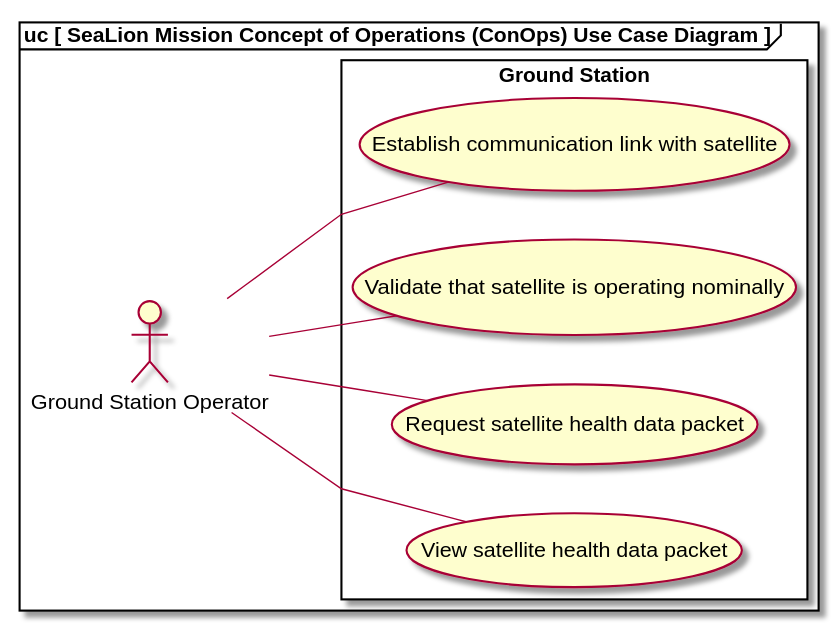
Earlier version of the PlantUML export use-case-diagram.svg (capsulecorplab/flight-software). Its source is kept beside it as use-case-diagram.puml. Source of this version:
```plantuml
@startuml
left to right direction
skinparam linetype polyline


frame "uc [ SeaLion Mission Concept of Operations (ConOps) Use Case Diagram ]" {

    rectangle gs as "Ground Station" {


        (Establish communication link with satellite)

        (Validate that satellite is operating nominally)

        (Request satellite health data packet)

        (View satellite health data packet)


    }


    :Ground Station Operator: -- (Establish communication link with satellite)

    :Ground Station Operator: -- (Validate that satellite is operating nominally)

    :Ground Station Operator: -- (Request satellite health data packet)

    :Ground Station Operator: -- (View satellite health data packet)


}
@enduml
```
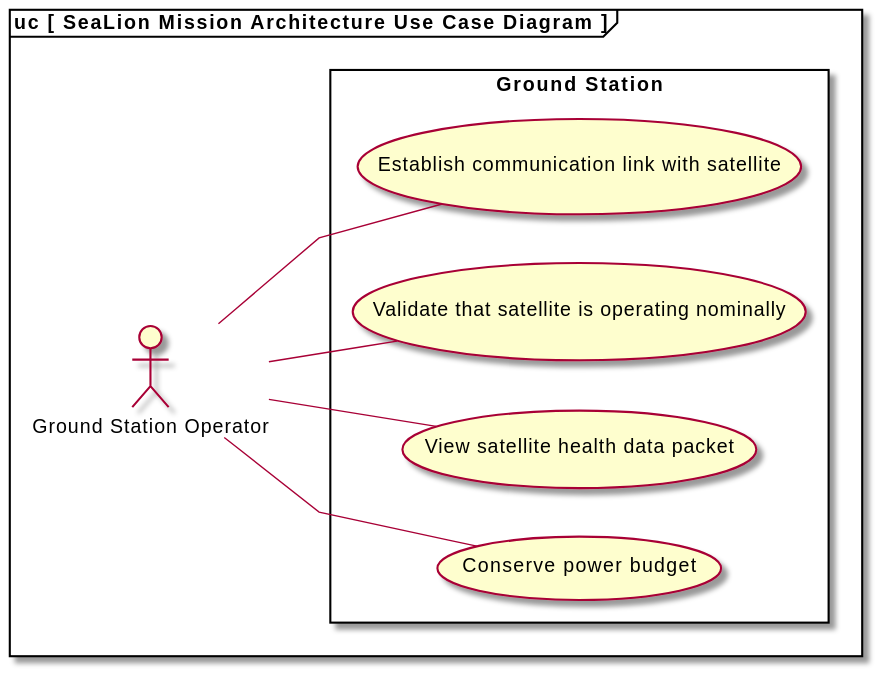
The same diagram one commit later.

Change to the diagram source:
```diff
@@ -3,7 +3,7 @@
 skinparam linetype polyline
 
 
-frame "uc [ SeaLion Mission Concept of Operations (ConOps) Use Case Diagram ]" {
+frame "uc [ SeaLion Mission Architecture Use Case Diagram ]" {
 
     rectangle gs as "Ground Station" {
 
@@ -12,9 +12,9 @@
 
         (Validate that satellite is operating nominally)
 
-        (Request satellite health data packet)
+        (View satellite health data packet)
 
-        (View satellite health data packet)
+        (Conserve power budget)
 
 
     }
@@ -24,9 +24,9 @@
 
     :Ground Station Operator: -- (Validate that satellite is operating nominally)
 
-    :Ground Station Operator: -- (Request satellite health data packet)
+    :Ground Station Operator: -- (View satellite health data packet)
 
-    :Ground Station Operator: -- (View satellite health data packet)
+    :Ground Station Operator: -- (Conserve power budget)
 
 
 }
```
